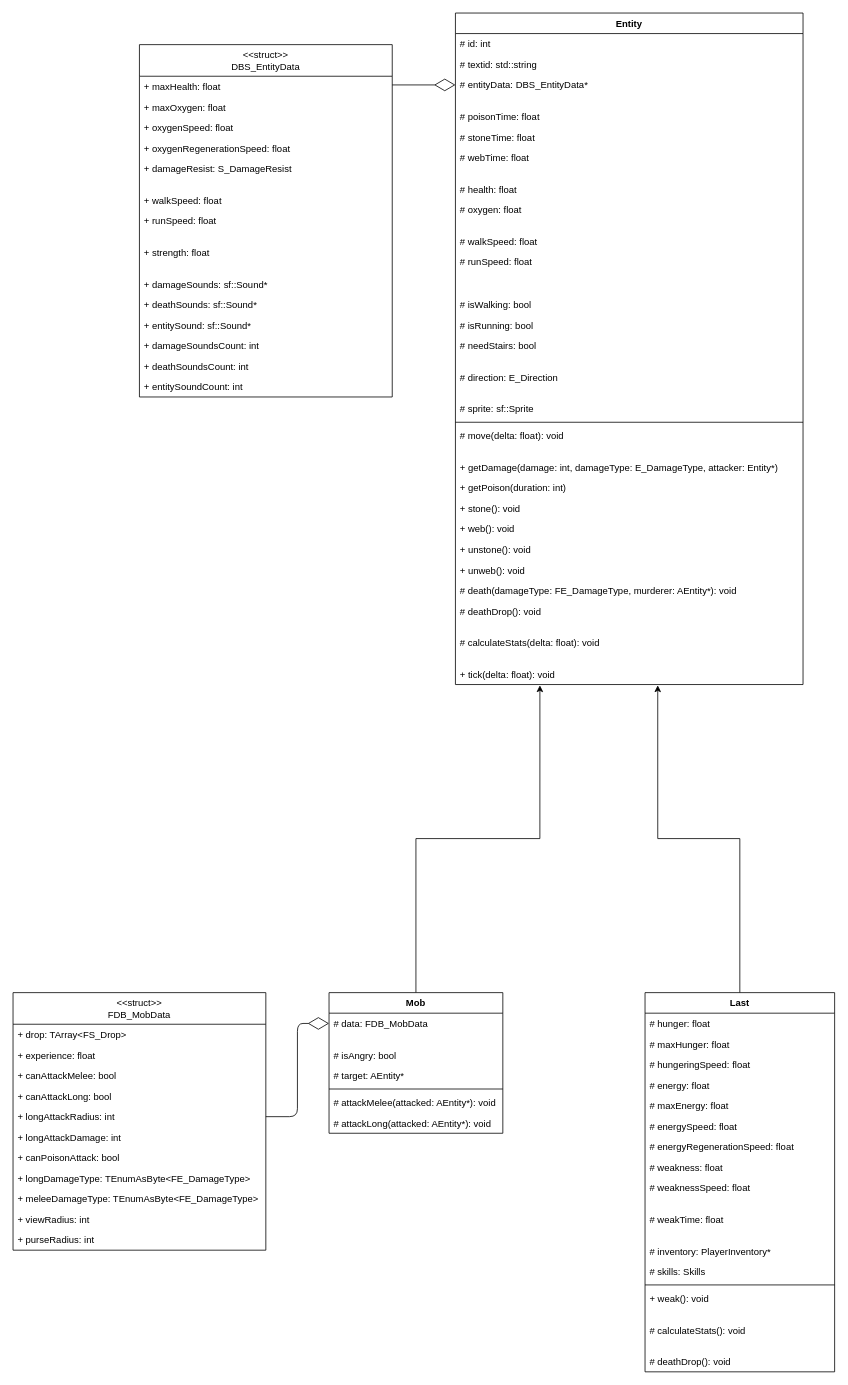
Before: page "Entity" (1 of 3) of Classes.drawio in sqrt-of-minus-one/After_0, a draw.io diagram. Source tidied: cells renumbered, new cells numbered last; positions are measured from the earlier drawing's top-left corner, leaving out a move shared by most shapes. Both pictures are drawn from the tidied source at 79%, with x=0, y=0 at pixel (13, 13).
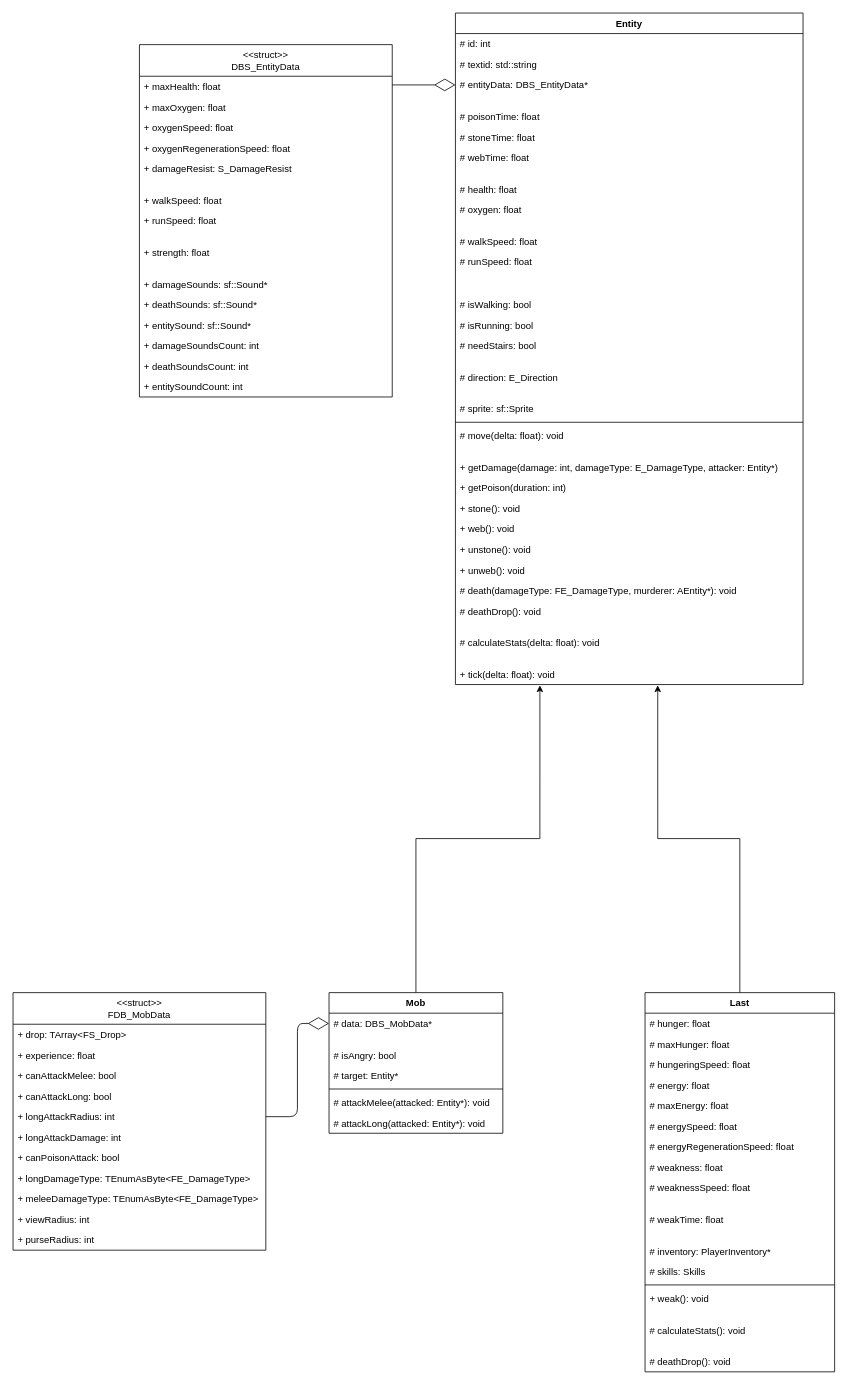
The same diagram, later.

Unchanged cells that the change refers to:
```xml
<mxCell id="81" value="Mob" style="swimlane;fontStyle=1;align=center;verticalAlign=top;horizontal=1;startSize=26;" parent="1" vertex="1">
  <mxGeometry x="400" y="1240" width="220" height="178" as="geometry" />
</mxCell>
```

The edit, as a diff of the source:
```diff
@@
-    <mxCell id="82" value="# data: FDB_MobData" style="text;strokeColor=none;fillColor=none;align=left;verticalAlign=top;spacingLeft=4;spacingRight=4;overflow=hidden;points=[[0,0.5],[1,0.5]];portConstraint=eastwest;" parent="81" vertex="1">
+    <mxCell id="82" value="# data: DBS_MobData*" style="text;strokeColor=none;fillColor=none;align=left;verticalAlign=top;spacingLeft=4;spacingRight=4;overflow=hidden;points=[[0,0.5],[1,0.5]];portConstraint=eastwest;" parent="81" vertex="1">
       <mxGeometry y="26" width="220" height="26" as="geometry" />
     </mxCell>
@@
-    <mxCell id="85" value="# target: AEntity*" style="text;strokeColor=none;fillColor=none;align=left;verticalAlign=top;spacingLeft=4;spacingRight=4;overflow=hidden;" parent="81" vertex="1">
+    <mxCell id="85" value="# target: Entity*" style="text;strokeColor=none;fillColor=none;align=left;verticalAlign=top;spacingLeft=4;spacingRight=4;overflow=hidden;" parent="81" vertex="1">
       <mxGeometry y="92" width="220" height="26" as="geometry" />
     </mxCell>
@@
-    <mxCell id="87" value="# attackMelee(attacked: AEntity*): void" style="text;strokeColor=none;fillColor=none;align=left;verticalAlign=top;spacingLeft=4;spacingRight=4;overflow=hidden;" parent="81" vertex="1">
+    <mxCell id="87" value="# attackMelee(attacked: Entity*): void" style="text;strokeColor=none;fillColor=none;align=left;verticalAlign=top;spacingLeft=4;spacingRight=4;overflow=hidden;" parent="81" vertex="1">
       <mxGeometry y="126" width="220" height="26" as="geometry" />
     </mxCell>
-    <mxCell id="88" value="# attackLong(attacked: AEntity*): void" style="text;strokeColor=none;fillColor=none;align=left;verticalAlign=top;spacingLeft=4;spacingRight=4;overflow=hidden;" parent="81" vertex="1">
+    <mxCell id="88" value="# attackLong(attacked: Entity*): void" style="text;strokeColor=none;fillColor=none;align=left;verticalAlign=top;spacingLeft=4;spacingRight=4;overflow=hidden;" parent="81" vertex="1">
       <mxGeometry y="152" width="220" height="26" as="geometry" />
     </mxCell>
```
